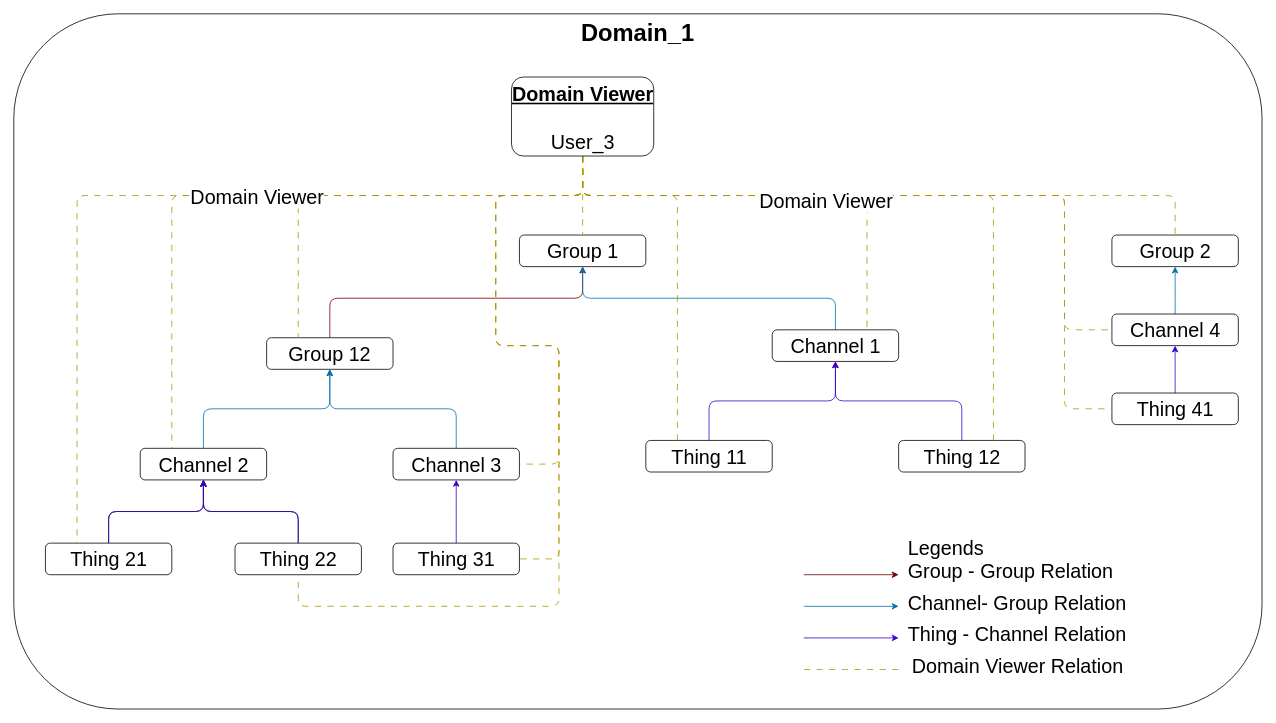
absmach/supermq-docs keeps this draw.io diagram as docs/diagrams/domain_users_viewer.drawio. Above is the earlier version. Source tidied: cells renumbered, new cells numbered last; positions are measured from the earlier drawing's top-left corner, leaving out a move shared by most shapes. Both pictures are drawn from the tidied source at 79%, with x=0, y=0 at pixel (13, 13).
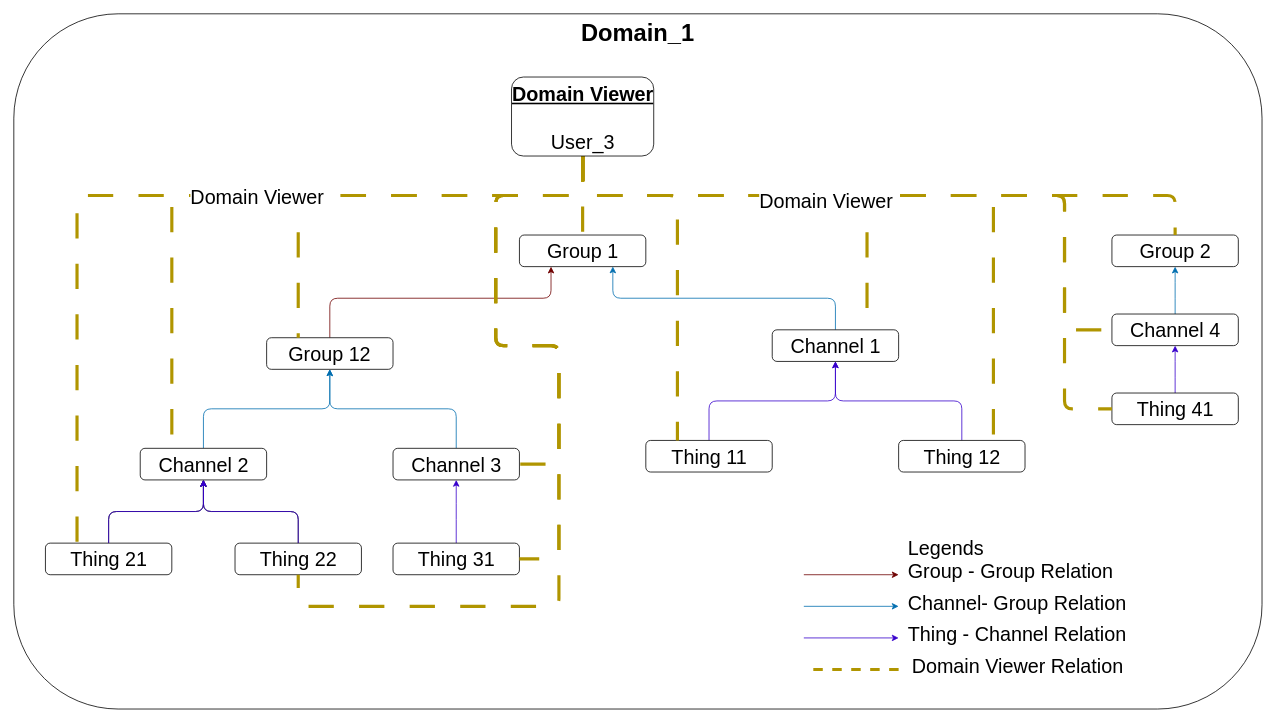
Above is the later version.

The change refers to these unchanged cells:
```xml
<mxCell id="4" value="Group 1" style="rounded=1;html=1;fontSize=25;" parent="3" vertex="1">
  <mxGeometry x="640" y="280" width="160" height="40" as="geometry" />
</mxCell>
<mxCell id="6" value="Group 12" style="rounded=1;whiteSpace=wrap;html=1;fontSize=25;" parent="3" vertex="1">
  <mxGeometry x="320" y="410" width="160" height="40" as="geometry" />
</mxCell>
<mxCell id="8" value="Channel 2" style="rounded=1;html=1;fontSize=25;" parent="3" vertex="1">
  <mxGeometry x="160" y="550" width="160" height="40" as="geometry" />
</mxCell>
<mxCell id="10" value="Channel 3" style="rounded=1;html=1;fontSize=25;" parent="3" vertex="1">
  <mxGeometry x="480" y="550" width="160" height="40" as="geometry" />
</mxCell>
<mxCell id="12" value="Channel 1" style="rounded=1;html=1;fontSize=25;" parent="3" vertex="1">
  <mxGeometry x="960" y="400" width="160" height="40" as="geometry" />
</mxCell>
<mxCell id="14" value="Thing 11" style="rounded=1;html=1;fontSize=25;" parent="3" vertex="1">
  <mxGeometry x="800" y="540" width="160" height="40" as="geometry" />
</mxCell>
<mxCell id="16" value="Thing 12" style="rounded=1;html=1;fontSize=25;" parent="3" vertex="1">
  <mxGeometry x="1120" y="540" width="160" height="40" as="geometry" />
</mxCell>
<mxCell id="18" value="Thing 21" style="rounded=1;html=1;fontSize=25;" parent="3" vertex="1">
  <mxGeometry x="40" y="670" width="160" height="40" as="geometry" />
</mxCell>
<mxCell id="20" value="Thing 22" style="rounded=1;html=1;fontSize=25;" parent="3" vertex="1">
  <mxGeometry x="280" y="670" width="160" height="40" as="geometry" />
</mxCell>
<mxCell id="22" value="Thing 31" style="rounded=1;html=1;fontSize=25;" parent="3" vertex="1">
  <mxGeometry x="480" y="670" width="160" height="40" as="geometry" />
</mxCell>
<mxCell id="25" value="Group 2" style="rounded=1;html=1;fontSize=25;" parent="3" vertex="1">
  <mxGeometry x="1390" y="280" width="160" height="40" as="geometry" />
</mxCell>
<mxCell id="27" value="Channel 4" style="rounded=1;html=1;fontSize=25;" parent="3" vertex="1">
  <mxGeometry x="1390" y="380" width="160" height="40" as="geometry" />
</mxCell>
<mxCell id="29" value="Thing 41" style="rounded=1;html=1;fontSize=25;" parent="3" vertex="1">
  <mxGeometry x="1390" y="480" width="160" height="40" as="geometry" />
</mxCell>
<mxCell id="46" value="&lt;font style=&quot;font-size: 25px;&quot;&gt;&lt;b&gt;&lt;u&gt;Domain Viewer&lt;/u&gt;&lt;/b&gt;&lt;br&gt;&lt;br&gt;User_3&lt;/font&gt;" style="rounded=1;html=1;fontSize=25;verticalAlign=top;" parent="30" vertex="1">
  <mxGeometry x="630" y="80" width="180" height="100" as="geometry" />
</mxCell>
```

Diff of the diagram source:
```diff
@@
-    <mxCell id="5" style="edgeStyle=elbowEdgeStyle;rounded=1;elbow=vertical;html=1;entryX=0.5;entryY=1;entryDx=0;entryDy=0;fontSize=20;fillColor=#a20025;strokeColor=#6F0000;" parent="3" edge="1" source="6" target="4">
+    <mxCell id="5" style="edgeStyle=elbowEdgeStyle;rounded=1;elbow=vertical;html=1;entryX=0.25;entryY=1;entryDx=0;entryDy=0;fontSize=20;fillColor=#a20025;strokeColor=#6F0000;" parent="3" edge="1" source="6" target="4">
       <mxGeometry relative="1" as="geometry">
         <Array as="points">
           <mxPoint x="560" y="360" />
         </Array>
       </mxGeometry>
     </mxCell>
@@
-    <mxCell id="11" style="edgeStyle=elbowEdgeStyle;rounded=1;elbow=vertical;html=1;fontSize=20;fillColor=#1ba1e2;strokeColor=#006EAF;" parent="3" edge="1" source="12">
-      <mxGeometry relative="1" as="geometry">
-        <mxPoint x="720" y="320" as="targetPoint" />
-      </mxGeometry>
+    <mxCell id="11" style="edgeStyle=elbowEdgeStyle;rounded=1;elbow=vertical;html=1;fontSize=20;fillColor=#1ba1e2;strokeColor=#006EAF;entryX=0.739;entryY=0.996;entryDx=0;entryDy=0;entryPerimeter=0;" parent="3" edge="1" source="12" target="4">
+      <mxGeometry relative="1" as="geometry" />
     </mxCell>
@@
-    <mxCell id="31" style="edgeStyle=orthogonalEdgeStyle;rounded=1;elbow=vertical;html=1;entryX=0.5;entryY=0;entryDx=0;entryDy=0;dashed=1;dashPattern=8 8;strokeColor=#B09500;fontSize=25;startArrow=none;startFill=0;endArrow=none;endFill=0;fillColor=#e3c800;" parent="30" edge="1" source="46" target="4">
+    <mxCell id="31" style="edgeStyle=orthogonalEdgeStyle;rounded=1;elbow=vertical;html=1;entryX=0.5;entryY=0;entryDx=0;entryDy=0;dashed=1;dashPattern=8 8;strokeColor=#B09500;fontSize=25;startArrow=none;startFill=0;endArrow=none;endFill=0;fillColor=#e3c800;strokeWidth=4;" parent="30" edge="1" source="46" target="4">
       <mxGeometry relative="1" as="geometry" />
     </mxCell>
-    <mxCell id="32" style="edgeStyle=orthogonalEdgeStyle;rounded=1;elbow=vertical;html=1;entryX=0.25;entryY=0;entryDx=0;entryDy=0;dashed=1;dashPattern=8 8;strokeColor=#B09500;fontSize=25;startArrow=none;startFill=0;endArrow=none;endFill=0;fillColor=#e3c800;" parent="30" edge="1" source="46" target="6">
+    <mxCell id="32" style="edgeStyle=orthogonalEdgeStyle;rounded=1;elbow=vertical;html=1;entryX=0.25;entryY=0;entryDx=0;entryDy=0;dashed=1;dashPattern=8 8;strokeColor=#B09500;fontSize=25;startArrow=none;startFill=0;endArrow=none;endFill=0;fillColor=#e3c800;strokeWidth=4;" parent="30" edge="1" source="46" target="6">
       <mxGeometry relative="1" as="geometry">
         <Array as="points">
           <mxPoint x="720" y="230" />
           <mxPoint x="360" y="230" />
         </Array>
       </mxGeometry>
     </mxCell>
-    <mxCell id="33" style="edgeStyle=orthogonalEdgeStyle;rounded=1;elbow=vertical;html=1;entryX=0.25;entryY=0;entryDx=0;entryDy=0;dashed=1;dashPattern=8 8;strokeColor=#B09500;fontSize=25;startArrow=none;startFill=0;endArrow=none;endFill=0;fillColor=#e3c800;" parent="30" edge="1" source="46" target="8">
+    <mxCell id="33" style="edgeStyle=orthogonalEdgeStyle;rounded=1;elbow=vertical;html=1;entryX=0.25;entryY=0;entryDx=0;entryDy=0;dashed=1;dashPattern=8 8;strokeColor=#B09500;fontSize=25;startArrow=none;startFill=0;endArrow=none;endFill=0;fillColor=#e3c800;strokeWidth=4;" parent="30" edge="1" source="46" target="8">
       <mxGeometry relative="1" as="geometry">
         <Array as="points">
           <mxPoint x="720" y="230" />
           <mxPoint x="200" y="230" />
         </Array>
       </mxGeometry>
     </mxCell>
-    <mxCell id="34" style="edgeStyle=orthogonalEdgeStyle;rounded=1;elbow=vertical;html=1;entryX=0.25;entryY=0;entryDx=0;entryDy=0;dashed=1;dashPattern=8 8;strokeColor=#B09500;fontSize=25;startArrow=none;startFill=0;endArrow=none;endFill=0;fillColor=#e3c800;" parent="30" edge="1" source="46" target="18">
+    <mxCell id="34" style="edgeStyle=orthogonalEdgeStyle;rounded=1;elbow=vertical;html=1;entryX=0.25;entryY=0;entryDx=0;entryDy=0;dashed=1;dashPattern=8 8;strokeColor=#B09500;fontSize=25;startArrow=none;startFill=0;endArrow=none;endFill=0;fillColor=#e3c800;strokeWidth=4;" parent="30" edge="1" source="46" target="18">
       <mxGeometry relative="1" as="geometry">
         <Array as="points">
           <mxPoint x="720" y="230" />
           <mxPoint x="80" y="230" />
         </Array>
       </mxGeometry>
     </mxCell>
@@
-    <mxCell id="36" style="edgeStyle=orthogonalEdgeStyle;rounded=1;elbow=vertical;html=1;entryX=1;entryY=0.5;entryDx=0;entryDy=0;dashed=1;dashPattern=8 8;strokeColor=#B09500;fontSize=25;startArrow=none;startFill=0;endArrow=none;endFill=0;fillColor=#e3c800;" parent="30" edge="1" source="46" target="10">
+    <mxCell id="36" style="edgeStyle=orthogonalEdgeStyle;rounded=1;elbow=vertical;html=1;entryX=1;entryY=0.5;entryDx=0;entryDy=0;dashed=1;dashPattern=8 8;strokeColor=#B09500;fontSize=25;startArrow=none;startFill=0;endArrow=none;endFill=0;fillColor=#e3c800;strokeWidth=4;" parent="30" edge="1" source="46" target="10">
       <mxGeometry relative="1" as="geometry">
         <Array as="points">
           <mxPoint x="720" y="230" />
           <mxPoint x="610" y="230" />
           <mxPoint x="610" y="420" />
           <mxPoint x="690" y="420" />
           <mxPoint x="690" y="570" />
         </Array>
       </mxGeometry>
     </mxCell>
-    <mxCell id="37" style="edgeStyle=orthogonalEdgeStyle;rounded=1;elbow=vertical;html=1;entryX=0.5;entryY=1;entryDx=0;entryDy=0;dashed=1;dashPattern=8 8;strokeColor=#B09500;fontSize=25;startArrow=none;startFill=0;endArrow=none;endFill=0;fillColor=#e3c800;" parent="30" edge="1" source="46" target="20">
+    <mxCell id="37" style="edgeStyle=orthogonalEdgeStyle;rounded=1;elbow=vertical;html=1;entryX=0.5;entryY=1;entryDx=0;entryDy=0;dashed=1;dashPattern=8 8;strokeColor=#B09500;fontSize=25;startArrow=none;startFill=0;endArrow=none;endFill=0;fillColor=#e3c800;strokeWidth=4;" parent="30" edge="1" source="46" target="20">
       <mxGeometry relative="1" as="geometry">
         <Array as="points">
           <mxPoint x="720" y="230" />
           <mxPoint x="610" y="230" />
           <mxPoint x="610" y="420" />
           <mxPoint x="690" y="420" />
           <mxPoint x="690" y="750" />
           <mxPoint x="360" y="750" />
         </Array>
       </mxGeometry>
     </mxCell>
-    <mxCell id="38" style="edgeStyle=orthogonalEdgeStyle;rounded=1;elbow=vertical;html=1;entryX=1;entryY=0.5;entryDx=0;entryDy=0;dashed=1;dashPattern=8 8;strokeColor=#B09500;fontSize=25;startArrow=none;startFill=0;endArrow=none;endFill=0;fillColor=#e3c800;" parent="30" edge="1" source="46" target="22">
+    <mxCell id="38" style="edgeStyle=orthogonalEdgeStyle;rounded=1;elbow=vertical;html=1;entryX=1;entryY=0.5;entryDx=0;entryDy=0;dashed=1;dashPattern=8 8;strokeColor=#B09500;fontSize=25;startArrow=none;startFill=0;endArrow=none;endFill=0;fillColor=#e3c800;strokeWidth=4;" parent="30" edge="1" source="46" target="22">
       <mxGeometry relative="1" as="geometry">
         <Array as="points">
           <mxPoint x="720" y="230" />
           <mxPoint x="610" y="230" />
           <mxPoint x="610" y="420" />
           <mxPoint x="690" y="420" />
           <mxPoint x="690" y="690" />
         </Array>
       </mxGeometry>
     </mxCell>
-    <mxCell id="39" style="edgeStyle=orthogonalEdgeStyle;rounded=1;elbow=vertical;html=1;entryX=0.75;entryY=0;entryDx=0;entryDy=0;dashed=1;dashPattern=8 8;strokeColor=#B09500;fontSize=25;startArrow=none;startFill=0;endArrow=none;endFill=0;fillColor=#e3c800;" parent="30" edge="1" source="46" target="16">
+    <mxCell id="39" style="edgeStyle=orthogonalEdgeStyle;rounded=1;elbow=vertical;html=1;entryX=0.75;entryY=0;entryDx=0;entryDy=0;dashed=1;dashPattern=8 8;strokeColor=#B09500;fontSize=25;startArrow=none;startFill=0;endArrow=none;endFill=0;fillColor=#e3c800;strokeWidth=4;" parent="30" edge="1" source="46" target="16">
       <mxGeometry relative="1" as="geometry">
         <Array as="points">
           <mxPoint x="720" y="230" />
           <mxPoint x="1240" y="230" />
         </Array>
       </mxGeometry>
     </mxCell>
-    <mxCell id="40" style="edgeStyle=orthogonalEdgeStyle;rounded=1;elbow=vertical;html=1;entryX=0.75;entryY=0;entryDx=0;entryDy=0;dashed=1;dashPattern=8 8;strokeColor=#B09500;fontSize=25;startArrow=none;startFill=0;endArrow=none;endFill=0;fillColor=#e3c800;" parent="30" edge="1" source="46" target="12">
+    <mxCell id="40" style="edgeStyle=orthogonalEdgeStyle;rounded=1;elbow=vertical;html=1;entryX=0.75;entryY=0;entryDx=0;entryDy=0;dashed=1;dashPattern=8 8;strokeColor=#B09500;fontSize=25;startArrow=none;startFill=0;endArrow=none;endFill=0;fillColor=#e3c800;strokeWidth=4;" parent="30" edge="1" source="46" target="12">
       <mxGeometry relative="1" as="geometry">
         <Array as="points">
           <mxPoint x="720" y="230" />
           <mxPoint x="1080" y="230" />
         </Array>
       </mxGeometry>
     </mxCell>
-    <mxCell id="41" style="edgeStyle=orthogonalEdgeStyle;rounded=1;elbow=vertical;html=1;entryX=0.25;entryY=0;entryDx=0;entryDy=0;dashed=1;dashPattern=8 8;strokeColor=#B09500;fontSize=25;startArrow=none;startFill=0;endArrow=none;endFill=0;fillColor=#e3c800;" parent="30" edge="1" source="46" target="14">
+    <mxCell id="41" style="edgeStyle=orthogonalEdgeStyle;rounded=1;elbow=vertical;html=1;entryX=0.25;entryY=0;entryDx=0;entryDy=0;dashed=1;dashPattern=8 8;strokeColor=#B09500;fontSize=25;startArrow=none;startFill=0;endArrow=none;endFill=0;fillColor=#e3c800;strokeWidth=4;" parent="30" edge="1" source="46" target="14">
       <mxGeometry relative="1" as="geometry">
         <Array as="points">
           <mxPoint x="720" y="230" />
           <mxPoint x="840" y="230" />
         </Array>
       </mxGeometry>
     </mxCell>
-    <mxCell id="42" style="edgeStyle=orthogonalEdgeStyle;rounded=1;elbow=vertical;html=1;entryX=0;entryY=0.5;entryDx=0;entryDy=0;dashed=1;dashPattern=8 8;strokeColor=#B09500;fontSize=25;startArrow=none;startFill=0;endArrow=none;endFill=0;fillColor=#e3c800;" parent="30" edge="1" source="46" target="27">
+    <mxCell id="42" style="edgeStyle=orthogonalEdgeStyle;rounded=1;elbow=vertical;html=1;entryX=0;entryY=0.5;entryDx=0;entryDy=0;dashed=1;dashPattern=8 8;strokeColor=#B09500;fontSize=25;startArrow=none;startFill=0;endArrow=none;endFill=0;fillColor=#e3c800;strokeWidth=4;" parent="30" edge="1" source="46" target="27">
       <mxGeometry relative="1" as="geometry">
         <Array as="points">
           <mxPoint x="720" y="230" />
           <mxPoint x="1330" y="230" />
           <mxPoint x="1330" y="400" />
         </Array>
       </mxGeometry>
     </mxCell>
-    <mxCell id="43" style="edgeStyle=orthogonalEdgeStyle;rounded=1;html=1;entryX=0;entryY=0.5;entryDx=0;entryDy=0;dashed=1;dashPattern=8 8;strokeColor=#B09500;fontSize=25;startArrow=none;startFill=0;endArrow=none;endFill=0;fillColor=#e3c800;" parent="30" edge="1" source="46" target="29">
+    <mxCell id="43" style="edgeStyle=orthogonalEdgeStyle;rounded=1;html=1;entryX=0;entryY=0.5;entryDx=0;entryDy=0;dashed=1;dashPattern=8 8;strokeColor=#B09500;fontSize=25;startArrow=none;startFill=0;endArrow=none;endFill=0;fillColor=#e3c800;strokeWidth=4;" parent="30" edge="1" source="46" target="29">
       <mxGeometry relative="1" as="geometry">
         <Array as="points">
           <mxPoint x="720" y="230" />
           <mxPoint x="1330" y="230" />
           <mxPoint x="1330" y="500" />
         </Array>
       </mxGeometry>
     </mxCell>
-    <mxCell id="44" style="edgeStyle=orthogonalEdgeStyle;rounded=1;html=1;strokeColor=#B09500;fontSize=25;startArrow=none;startFill=0;endArrow=none;endFill=0;fillColor=#e3c800;dashed=1;dashPattern=8 8;entryX=0.5;entryY=0;entryDx=0;entryDy=0;" parent="30" edge="1" source="46" target="25">
+    <mxCell id="44" style="edgeStyle=orthogonalEdgeStyle;rounded=1;html=1;strokeColor=#B09500;fontSize=25;startArrow=none;startFill=0;endArrow=none;endFill=0;fillColor=#e3c800;dashed=1;dashPattern=8 8;entryX=0.5;entryY=0;entryDx=0;entryDy=0;strokeWidth=4;" parent="30" edge="1" source="46" target="25">
       <mxGeometry relative="1" as="geometry">
         <Array as="points">
           <mxPoint x="720" y="230" />
           <mxPoint x="1470" y="230" />
         </Array>
       </mxGeometry>
     </mxCell>
@@
-    <mxCell id="52" style="endArrow=none;startArrow=none;html=1;rounded=1;dashed=1;dashPattern=8 8;strokeColor=#B09500;fontSize=25;startFill=0;endFill=0;fillColor=#e3c800;" parent="47" edge="1">
+    <mxCell id="52" style="endArrow=none;startArrow=none;html=1;rounded=1;dashed=1;strokeColor=#B09500;fontSize=25;startFill=0;endFill=0;fillColor=#e3c800;strokeWidth=4;" parent="47" edge="1">
       <mxGeometry relative="1" as="geometry">
         <mxPoint x="1120" y="830" as="sourcePoint" />
         <mxPoint x="1000" y="830" as="targetPoint" />
       </mxGeometry>
     </mxCell>
```
